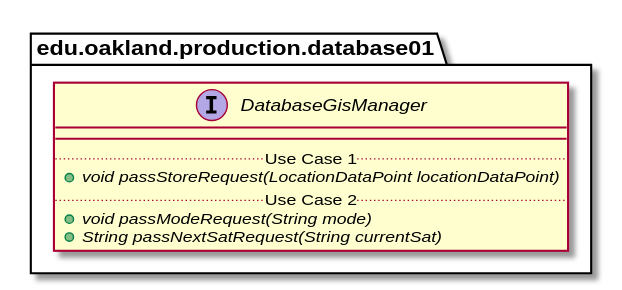
This is docs/uml-class-diagrams/database/production/DatabaseGisManager/DatabaseGisManager_DirectDependencies.svg from andrewdimmer/csi-3370-software-project, a PlantUML export, as it was before one commit.
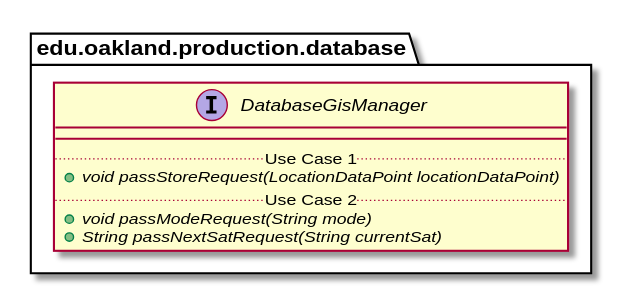
The same file after the commit.

Diff of the diagram source:
```diff
@@ -1,7 +1,7 @@
 @startuml DatabaseGisManager_DirectDependencies
 
 
-package edu.oakland.production.database01 {
+package edu.oakland.production.database {
     interface DatabaseGisManager {
         __
         .. Use Case 1 ..
```
